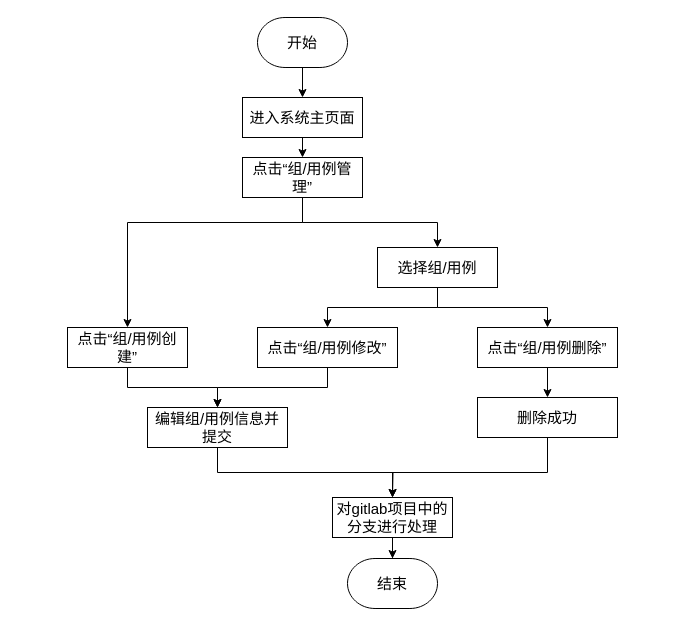
The draw.io diagram 组/用例管理流程图.drawio in Sequin-hdd/COINFO, before the edit. Source tidied: cells renumbered, new cells numbered last; positions are measured from the earlier drawing's top-left corner, leaving out a move shared by most shapes. Both pictures are drawn from the tidied source at 100%, with x=0, y=0 at pixel (67, 17).
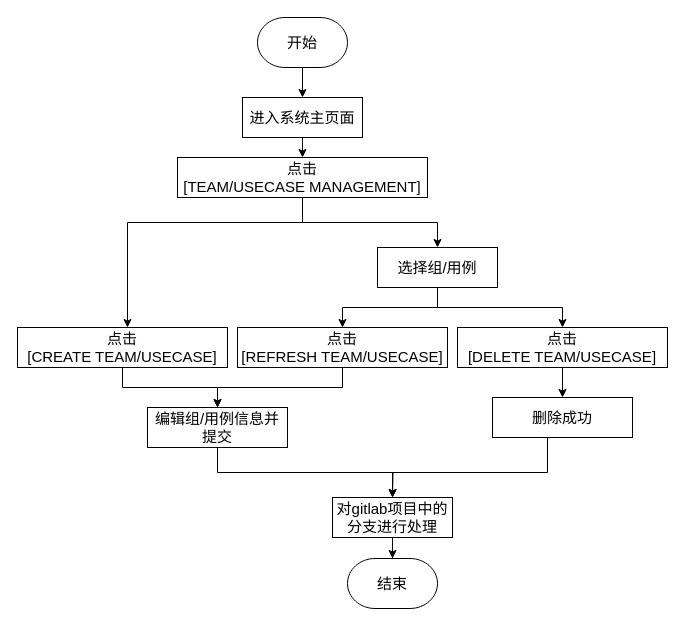
The same diagram, later.

Commit message:
更新用例管理流程图.drawio

The edit, as a diff of the source:
```diff
@@
-    <mxCell id="8" value="&lt;font style=&quot;font-size: 15px&quot;&gt;点击“组/用例管理”&lt;/font&gt;" style="rounded=0;whiteSpace=wrap;html=1;" parent="1" vertex="1">
-      <mxGeometry x="175" y="140" width="120" height="40" as="geometry" />
+    <mxCell id="8" value="&lt;font style=&quot;font-size: 15px&quot;&gt;点击&lt;br&gt;[TEAM/USECASE MANAGEMENT]&lt;/font&gt;" style="rounded=0;whiteSpace=wrap;html=1;" parent="1" vertex="1">
+      <mxGeometry x="110" y="140" width="250" height="40" as="geometry" />
     </mxCell>
@@
-    <mxCell id="13" value="&lt;font style=&quot;font-size: 15px&quot;&gt;点击“组/用例创建”&lt;/font&gt;" style="rounded=0;whiteSpace=wrap;html=1;" parent="1" vertex="1">
-      <mxGeometry y="310" width="120" height="40" as="geometry" />
+    <mxCell id="13" value="&lt;font style=&quot;font-size: 15px&quot;&gt;点击&lt;br&gt;[CREATE TEAM/USECASE]&lt;/font&gt;" style="rounded=0;whiteSpace=wrap;html=1;" parent="1" vertex="1">
+      <mxGeometry x="-50" y="310" width="210" height="40" as="geometry" />
     </mxCell>
@@
-    <mxCell id="15" value="&lt;font style=&quot;font-size: 15px&quot;&gt;点击“组/用例删除”&lt;/font&gt;" style="rounded=0;whiteSpace=wrap;html=1;" parent="1" vertex="1">
-      <mxGeometry x="410" y="310" width="140" height="40" as="geometry" />
+    <mxCell id="15" value="&lt;font style=&quot;font-size: 15px&quot;&gt;点击&lt;br&gt;[DELETE TEAM/USECASE]&lt;/font&gt;" style="rounded=0;whiteSpace=wrap;html=1;" parent="1" vertex="1">
+      <mxGeometry x="390" y="310" width="210" height="40" as="geometry" />
     </mxCell>
@@
-    <mxCell id="17" value="&lt;font style=&quot;font-size: 15px&quot;&gt;点击“组/用例修改”&lt;/font&gt;" style="rounded=0;whiteSpace=wrap;html=1;" parent="1" vertex="1">
-      <mxGeometry x="190" y="310" width="140" height="40" as="geometry" />
+    <mxCell id="17" value="&lt;font style=&quot;font-size: 15px&quot;&gt;点击&lt;br&gt;[REFRESH TEAM/USECASE]&lt;/font&gt;" style="rounded=0;whiteSpace=wrap;html=1;" parent="1" vertex="1">
+      <mxGeometry x="170" y="310" width="210" height="40" as="geometry" />
     </mxCell>
@@
     <mxCell id="21" value="&lt;span style=&quot;font-size: 15px&quot;&gt;删除成功&lt;/span&gt;" style="rounded=0;whiteSpace=wrap;html=1;" parent="1" vertex="1">
-      <mxGeometry x="410" y="380" width="140" height="40" as="geometry" />
+      <mxGeometry x="425" y="380" width="140" height="40" as="geometry" />
     </mxCell>
```
